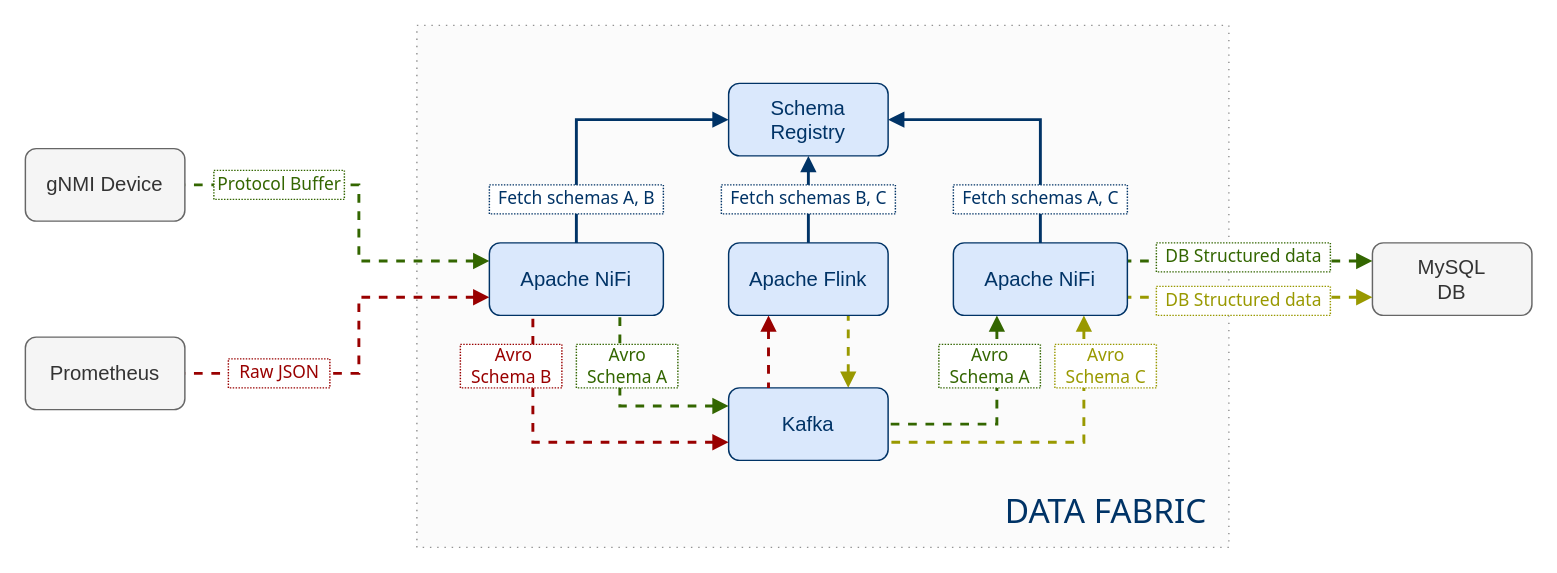
This is page "data-fabric-schemas" (4 of 8) of docs/data-aggregator.drawio from giros-dit/semantic-data-aggregator, a draw.io file, before an edit. Source tidied: cells renumbered, new cells numbered last; positions are measured from the earlier drawing's top-left corner, leaving out a move shared by most shapes. Both pictures are drawn from the tidied source at 145%, with x=0, y=0 at pixel (25, 25).
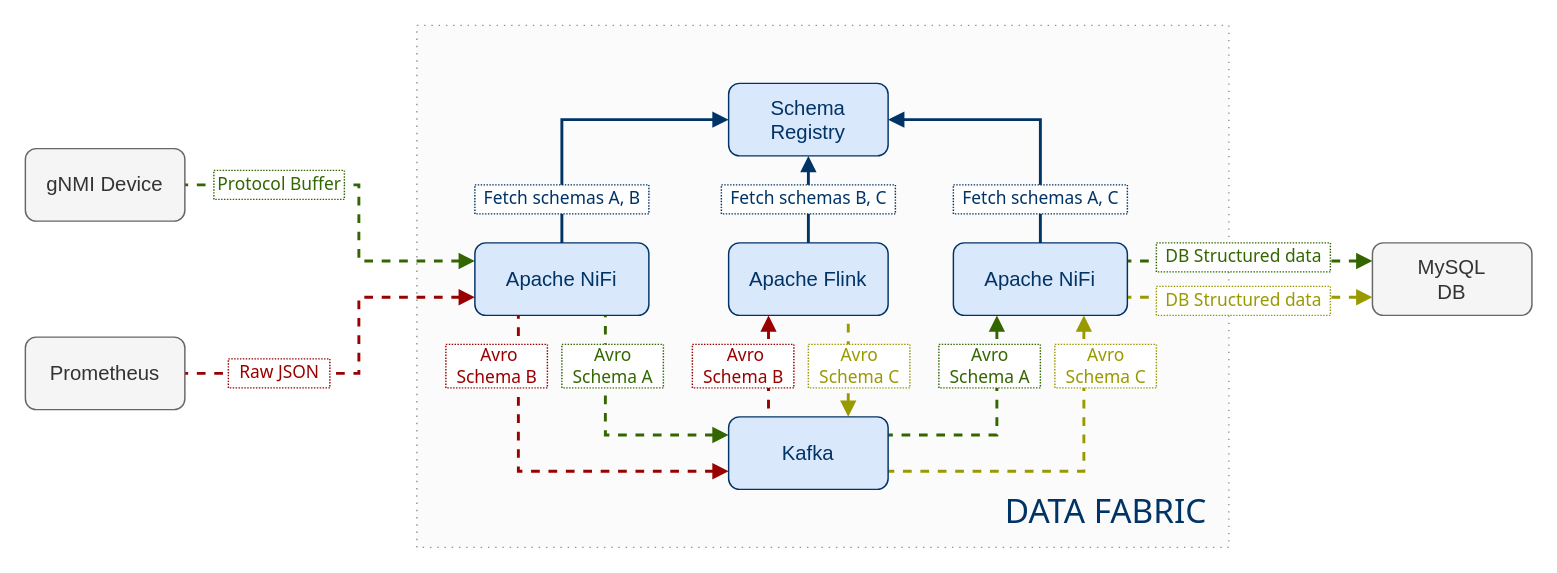
The same diagram, later.

Commit message (it also covers changes not shown here):
[S-50] Update schema registry diagram

The change refers to these unchanged cells:
```xml
<mxCell id="23" value="Apache NiFi" style="rounded=1;whiteSpace=wrap;html=1;fontFamily=Helvetica;fillColor=#dae8fc;fontSize=14;fontColor=#003366;strokeColor=#003366;" parent="1" vertex="1">
  <mxGeometry x="640" y="150" width="120" height="50" as="geometry" />
</mxCell>
```

Change to the diagram source:
```diff
@@
-    <mxCell id="5" style="edgeStyle=orthogonalEdgeStyle;rounded=0;jettySize=auto;html=1;exitX=0.25;exitY=1;exitDx=0;exitDy=0;entryX=1;entryY=0.5;entryDx=0;entryDy=0;dashed=1;strokeColor=#336600;strokeWidth=2;fontSize=11;fontColor=#003366;fillColor=#f8cecc;endFill=0;endArrow=none;startFill=1;startArrow=block;" parent="1" edge="1" source="23" target="8">
+    <mxCell id="5" style="edgeStyle=orthogonalEdgeStyle;rounded=0;jettySize=auto;html=1;exitX=0.25;exitY=1;exitDx=0;exitDy=0;entryX=1;entryY=0.25;entryDx=0;entryDy=0;dashed=1;strokeColor=#336600;strokeWidth=2;fontSize=11;fontColor=#003366;fillColor=#f8cecc;endFill=0;endArrow=none;startFill=1;startArrow=block;" parent="1" edge="1" source="23" target="8">
       <mxGeometry relative="1" as="geometry" />
     </mxCell>
@@
     <mxCell id="8" value="Kafka" style="rounded=1;whiteSpace=wrap;html=1;fontFamily=Helvetica;fillColor=#dae8fc;strokeColor=#003366;fontSize=14;fontColor=#003366;" parent="1" vertex="1">
-      <mxGeometry x="485" y="250" width="110" height="50" as="geometry" />
+      <mxGeometry x="485" y="270" width="110" height="50" as="geometry" />
     </mxCell>
@@
     <mxCell id="14" value="Apache NiFi" style="rounded=1;whiteSpace=wrap;html=1;fontFamily=Helvetica;fillColor=#dae8fc;strokeColor=#003366;fontSize=14;fontColor=#003366;" parent="1" vertex="1">
-      <mxGeometry x="320" y="150" width="120" height="50" as="geometry" />
+      <mxGeometry x="310" y="150" width="120" height="50" as="geometry" />
     </mxCell>
@@
     <mxCell id="27" value="&lt;span style=&quot;font-size: 12px&quot;&gt;Fetch schemas A, B&lt;/span&gt;" style="text;html=1;align=center;verticalAlign=middle;rounded=0;fontSize=10;fontColor=#003366;strokeColor=#003366;strokeWidth=1;labelBackgroundColor=#ffffff;endFill=1;endArrow=block;startFill=0;startArrow=none;fillColor=#ffffff;dashed=1;dashPattern=1 1;fontFamily=Tahoma;" parent="1" vertex="1">
-      <mxGeometry x="320" y="110" width="120" height="20" as="geometry" />
+      <mxGeometry x="310" y="110" width="120" height="20" as="geometry" />
     </mxCell>
@@
     <mxCell id="30" value="&lt;font style=&quot;font-size: 12px&quot;&gt;&amp;nbsp;Avro &lt;br&gt;Schema B&lt;/font&gt;" style="text;html=1;align=center;verticalAlign=middle;rounded=0;fontSize=12;fontColor=#990000;strokeColor=#990000;strokeWidth=1;labelBackgroundColor=#ffffff;endFill=1;endArrow=block;startFill=0;startArrow=none;fillColor=#ffffff;dashed=1;dashPattern=1 1;fontFamily=Tahoma;" parent="1" vertex="1">
-      <mxGeometry x="300" y="220" width="70" height="30" as="geometry" />
+      <mxGeometry x="290" y="220" width="70" height="30" as="geometry" />
     </mxCell>
     <mxCell id="31" value="&lt;font style=&quot;font-size: 12px&quot;&gt;Avro&lt;br&gt;Schema A&lt;/font&gt;" style="text;html=1;align=center;verticalAlign=middle;rounded=0;fontSize=12;strokeWidth=1;labelBackgroundColor=#ffffff;endFill=1;endArrow=block;startFill=0;startArrow=none;fillColor=#ffffff;dashed=1;dashPattern=1 1;fontFamily=Tahoma;fontColor=#336600;strokeColor=#336600;" parent="1" vertex="1">
-      <mxGeometry x="380" y="220" width="70" height="30" as="geometry" />
+      <mxGeometry x="370" y="220" width="70" height="30" as="geometry" />
     </mxCell>
@@
+    <mxCell id="36" value="&lt;font style=&quot;font-size: 12px&quot;&gt;Avro&lt;br&gt;Schema C&lt;/font&gt;" style="text;html=1;align=center;verticalAlign=middle;rounded=0;fontSize=12;strokeWidth=1;labelBackgroundColor=#ffffff;endFill=1;endArrow=block;startFill=0;startArrow=none;fillColor=#ffffff;dashed=1;dashPattern=1 1;fontFamily=Tahoma;fontColor=#999900;strokeColor=#999900;" parent="1" vertex="1">
+      <mxGeometry x="540" y="220" width="70" height="30" as="geometry" />
+    </mxCell>
+    <mxCell id="37" value="&lt;font style=&quot;font-size: 12px&quot;&gt;&amp;nbsp;Avro &lt;br&gt;Schema B&lt;/font&gt;" style="text;html=1;align=center;verticalAlign=middle;rounded=0;fontSize=12;fontColor=#990000;strokeColor=#990000;strokeWidth=1;labelBackgroundColor=#ffffff;endFill=1;endArrow=block;startFill=0;startArrow=none;fillColor=#ffffff;dashed=1;dashPattern=1 1;fontFamily=Tahoma;" parent="1" vertex="1">
+      <mxGeometry x="460" y="220" width="70" height="30" as="geometry" />
+    </mxCell>
```
